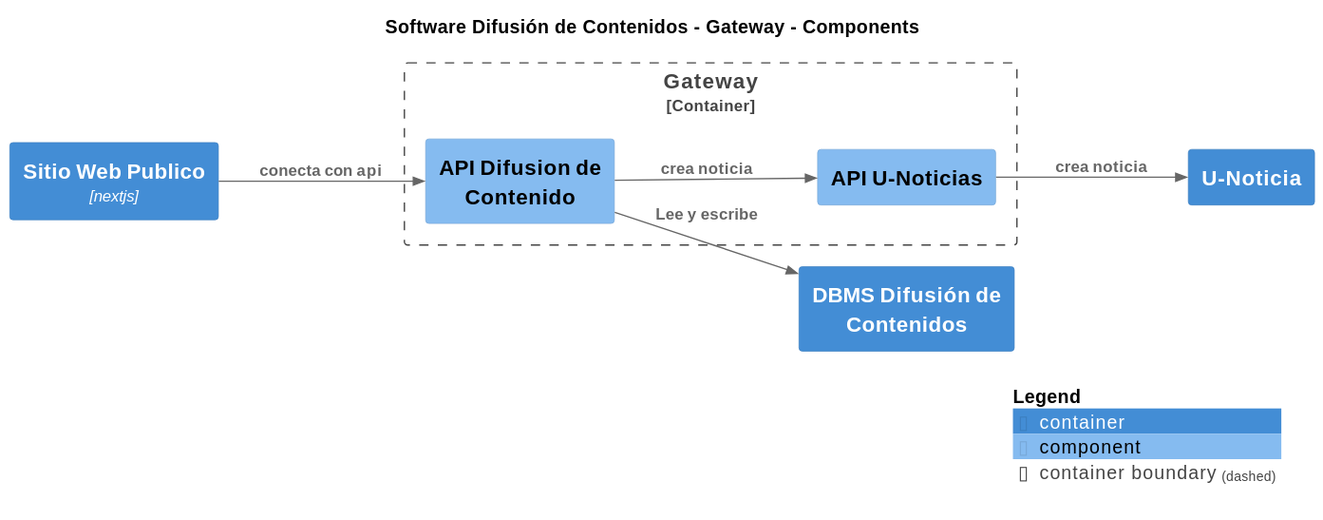
Above: build/site/svg/Component-001-Component-001.svg in nbrx/c4-dcc-arq (PlantUML), before the change. Its source is kept beside it as build/site/puml/Component-001-Component-001.puml.
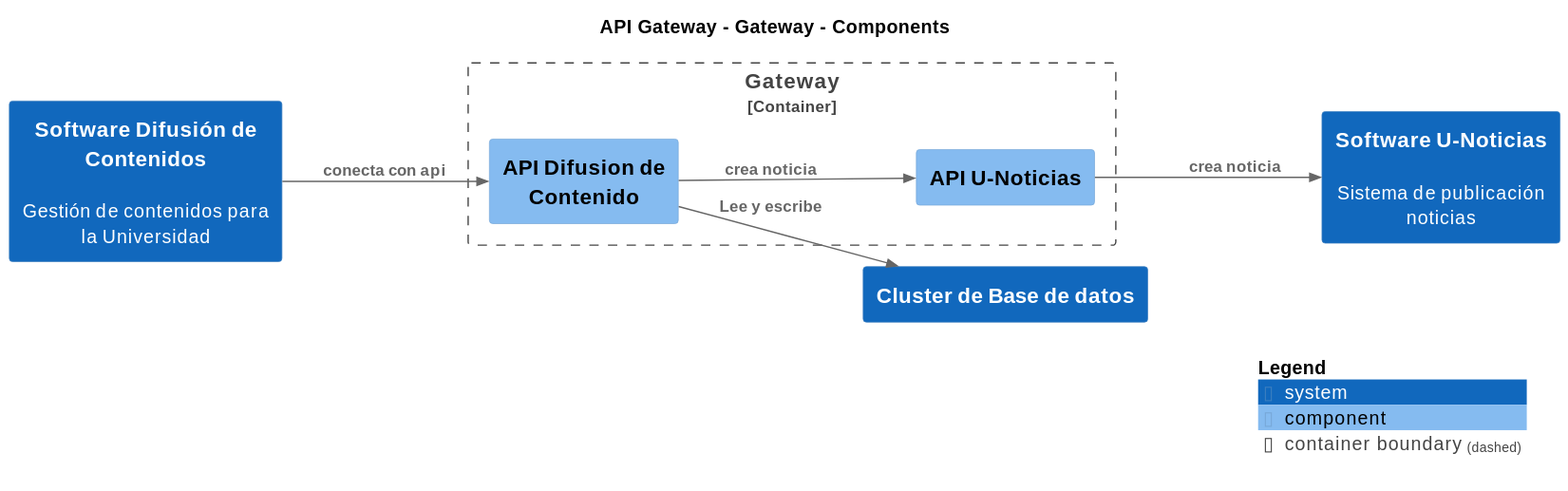
Above is the later version.

Change to the diagram source:
```diff
@@ -1,29 +1,28 @@
 @startuml
 set separator none
-title Software Difusión de Contenidos - Gateway - Components
+title API Gateway - Gateway - Components
 
 left to right direction
 
 !include <C4/C4>
 !include <C4/C4_Context>
-!include <C4/C4_Container>
 !include <C4/C4_Component>
 
 skinparam svgDimensionStyle false
 skinparam preserveAspectRatio meet
-Container(SoftwareDifusióndeContenidos.DBMSDifusióndeContenidos, "DBMS Difusión de Contenidos", "", $tags="")
-Container(SoftwareDifusióndeContenidos.SitioWebPublico, "Sitio Web Publico", "nextjs", "", $tags="")
-Container(SoftwareDifusióndeContenidos.UNoticia, "U-Noticia", "", $tags="")
+System(SoftwareUNoticias, "Software U-Noticias", "Sistema de publicación noticias", $tags="")[[../../software-u-noticias/context/]]
+System(ClusterdeBasededatos, "Cluster de Base de datos", "", $tags="")[[../../cluster-de-base-de-datos/context/]]
+System(SoftwareDifusióndeContenidos, "Software Difusión de Contenidos", "Gestión de contenidos para la Universidad", $tags="")[[../../software-difusión-de-contenidos/context/]]
 
-Container_Boundary("SoftwareDifusióndeContenidos.Gateway_boundary", "Gateway", $tags="") {
-  Component(SoftwareDifusióndeContenidos.Gateway.APIUNoticias, "API U-Noticias", "", $tags="")
-  Component(SoftwareDifusióndeContenidos.Gateway.APIDifusiondeContenido, "API Difusion de Contenido", "", $tags="")
+Container_Boundary("APIGateway.Gateway_boundary", "Gateway", $tags="") {
+  Component(APIGateway.Gateway.APIUNoticias, "API U-Noticias", "", $tags="")
+  Component(APIGateway.Gateway.APIDifusiondeContenido, "API Difusion de Contenido", "", $tags="")
 }
 
-Rel_D(SoftwareDifusióndeContenidos.SitioWebPublico, SoftwareDifusióndeContenidos.Gateway.APIDifusiondeContenido, "conecta con api", $tags="")
-Rel_D(SoftwareDifusióndeContenidos.Gateway.APIDifusiondeContenido, SoftwareDifusióndeContenidos.DBMSDifusióndeContenidos, "Lee y escribe", $tags="")
-Rel_D(SoftwareDifusióndeContenidos.Gateway.APIDifusiondeContenido, SoftwareDifusióndeContenidos.Gateway.APIUNoticias, "crea noticia", $tags="")
-Rel_D(SoftwareDifusióndeContenidos.Gateway.APIUNoticias, SoftwareDifusióndeContenidos.UNoticia, "crea noticia", $tags="")
+Rel_D(APIGateway.Gateway.APIUNoticias, SoftwareUNoticias, "crea noticia", $tags="")
+Rel_D(SoftwareDifusióndeContenidos, APIGateway.Gateway.APIDifusiondeContenido, "conecta con api", $tags="")
+Rel_D(APIGateway.Gateway.APIDifusiondeContenido, ClusterdeBasededatos, "Lee y escribe", $tags="")
+Rel_D(APIGateway.Gateway.APIDifusiondeContenido, APIGateway.Gateway.APIUNoticias, "crea noticia", $tags="")
 
 SHOW_LEGEND(true)
 @enduml
```
